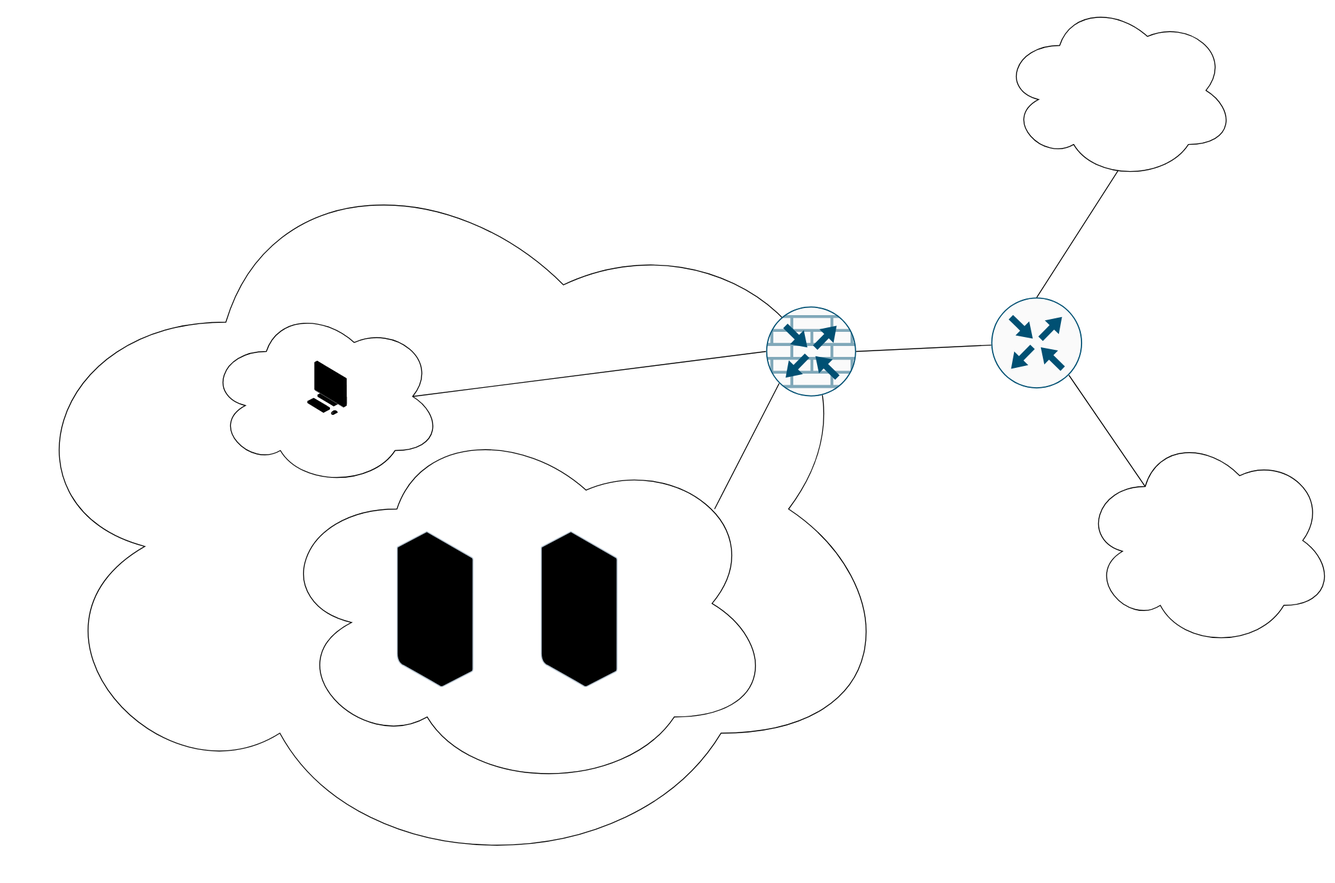
Before: carteReseau.drawio.svg, a diagram exported from draw.io (Tructruc/N7-S5-Mise-En-Place-Reseau-Entreprise). Source tidied: cells renumbered, new cells last; positions are measured from the earlier drawing's top-left corner, leaving out a move shared by most shapes.
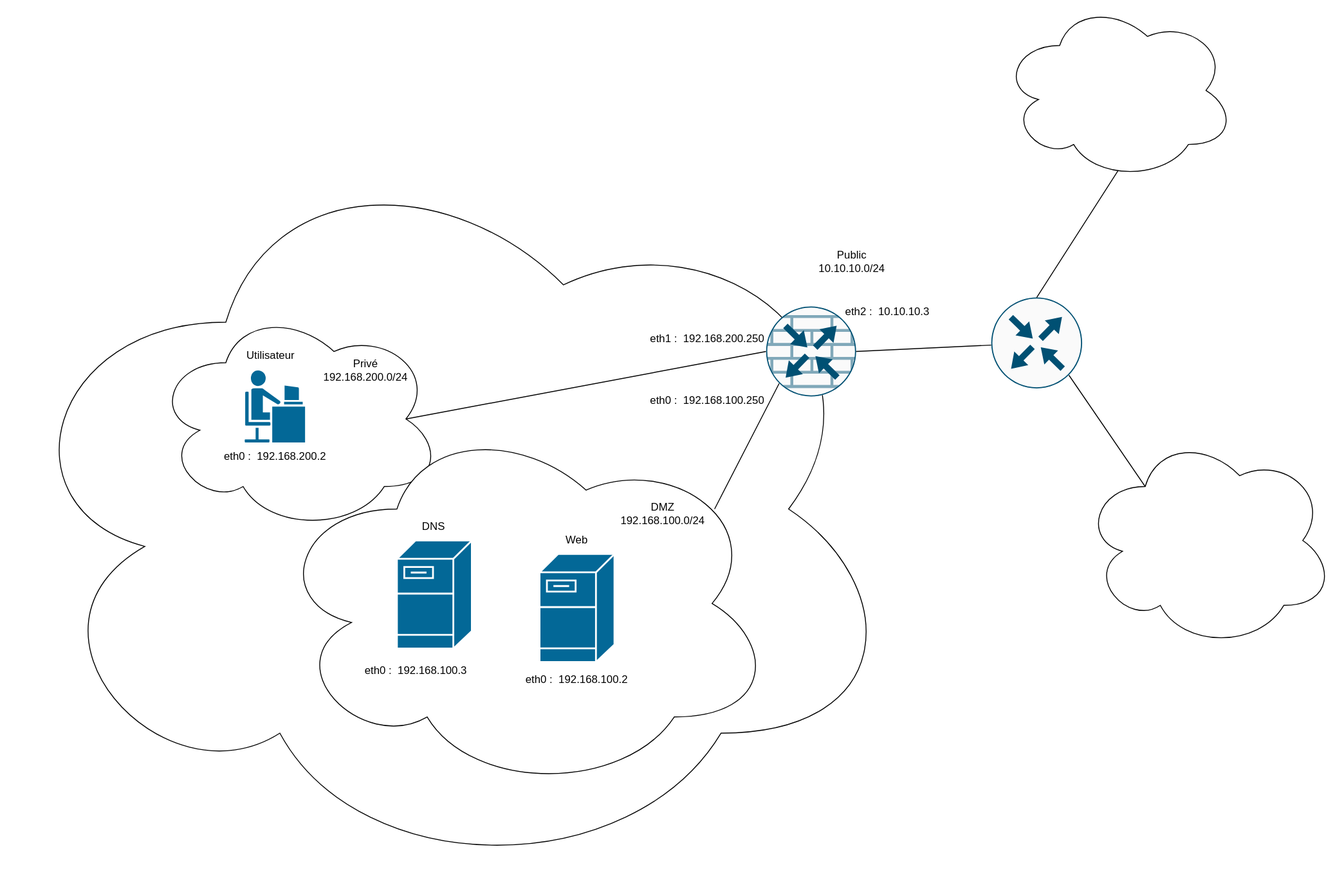
The same diagram one commit later.

The edit, as a diff of the source:
```diff
@@ -6,20 +6,11 @@
       <mxGeometry y="150" width="1000" height="830" as="geometry" />
     </mxCell>
     <mxCell id="3" style="ellipse;shape=cloud;whiteSpace=wrap;html=1;" parent="1" vertex="1">
-      <mxGeometry x="230" y="340" width="260" height="200" as="geometry" />
+      <mxGeometry x="170" y="340" width="320" height="250" as="geometry" />
     </mxCell>
-    <mxCell id="4" style="image;html=1;align=center;shadow=0;dashed=0;image=img/lib/allied_telesis/computer_and_terminals/Personal_Computer.svg;" parent="1" vertex="1">
-      <mxGeometry x="340" y="400" width="45.6" height="61.8" as="geometry" />
-    </mxCell>
     <mxCell id="5" style="ellipse;shape=cloud;whiteSpace=wrap;html=1;" parent="1" vertex="1">
       <mxGeometry x="300" y="460" width="560" height="420" as="geometry" />
     </mxCell>
-    <mxCell id="6" style="image;html=1;align=center;shadow=0;dashed=0;image=img/lib/allied_telesis/storage/Datacenter_Server_Rack_EoR.svg;" parent="1" vertex="1">
-      <mxGeometry x="440" y="590" width="85.8" height="173.4" as="geometry" />
-    </mxCell>
-    <mxCell id="7" style="image;html=1;align=center;shadow=0;dashed=0;image=img/lib/allied_telesis/storage/Datacenter_Server_Rack_EoR.svg;" parent="1" vertex="1">
-      <mxGeometry x="600" y="590" width="85.8" height="173.4" as="geometry" />
-    </mxCell>
     <mxCell id="8" style="endArrow=none;html=1;rounded=0;entryX=0;entryY=0.5;entryDx=0;entryDy=0;entryPerimeter=0;exitX=0.875;exitY=0.5;exitDx=0;exitDy=0;exitPerimeter=0;" parent="1" edge="1" source="3" target="10">
       <mxGeometry relative="1" as="geometry" />
     </mxCell>
@@ -47,5 +38,50 @@
     <mxCell id="16" style="endArrow=none;html=1;rounded=0;entryX=0.855;entryY=0.8555;entryDx=0;entryDy=0;entryPerimeter=0;exitX=0.25;exitY=0.25;exitDx=0;exitDy=0;exitPerimeter=0;" parent="1" edge="1" source="14" target="11">
       <mxGeometry relative="1" as="geometry" />
     </mxCell>
+    <mxCell id="17" style="shape=mxgraph.cisco.servers.fileserver;sketch=0;html=1;dashed=0;fillColor=#036897;strokeColor=#ffffff;strokeWidth=2;verticalLabelPosition=bottom;verticalAlign=top;align=center;" parent="1" vertex="1">
+      <mxGeometry x="440" y="600" width="83.2" height="120" as="geometry" />
+    </mxCell>
+    <mxCell id="18" style="shape=mxgraph.cisco.servers.fileserver;sketch=0;html=1;dashed=0;fillColor=#036897;strokeColor=#ffffff;strokeWidth=2;verticalLabelPosition=bottom;verticalAlign=top;align=center;" parent="1" vertex="1">
+      <mxGeometry x="598.4" y="615" width="83.2" height="120" as="geometry" />
+    </mxCell>
+    <mxCell id="19" style="shape=mxgraph.cisco.people.androgenous_person;sketch=0;html=1;dashed=0;fillColor=#036897;strokeColor=#ffffff;strokeWidth=2;verticalLabelPosition=bottom;verticalAlign=top;align=center;" parent="1" vertex="1">
+      <mxGeometry x="270" y="410" width="69" height="82" as="geometry" />
+    </mxCell>
+    <mxCell id="20" value="Utilisateur" style="text;html=1;strokeColor=none;fillColor=none;align=center;verticalAlign=middle;whiteSpace=wrap;rounded=0;" parent="1" vertex="1">
+      <mxGeometry x="270" y="380" width="60" height="30" as="geometry" />
+    </mxCell>
+    <mxCell id="21" value="eth0 :&amp;nbsp; 192.168.200.2" style="text;html=1;strokeColor=none;fillColor=none;align=center;verticalAlign=middle;whiteSpace=wrap;rounded=0;" parent="1" vertex="1">
+      <mxGeometry x="244.5" y="492" width="120" height="30" as="geometry" />
+    </mxCell>
+    <mxCell id="22" value="Privé&lt;br&gt;192.168.200.0/24" style="text;html=1;strokeColor=none;fillColor=none;align=center;verticalAlign=middle;whiteSpace=wrap;rounded=0;" parent="1" vertex="1">
+      <mxGeometry x="360" y="391" width="91" height="40" as="geometry" />
+    </mxCell>
+    <mxCell id="23" value="eth1 :&amp;nbsp; 192.168.200.250" style="text;html=1;strokeColor=none;fillColor=none;align=center;verticalAlign=middle;whiteSpace=wrap;rounded=0;" parent="1" vertex="1">
+      <mxGeometry x="720" y="361" width="130" height="30" as="geometry" />
+    </mxCell>
+    <mxCell id="24" value="eth0 :&amp;nbsp; 192.168.100.250" style="text;html=1;strokeColor=none;fillColor=none;align=center;verticalAlign=middle;whiteSpace=wrap;rounded=0;" parent="1" vertex="1">
+      <mxGeometry x="720" y="430" width="130" height="30" as="geometry" />
+    </mxCell>
+    <mxCell id="25" value="eth2 :&amp;nbsp; 10.10.10.3" style="text;html=1;strokeColor=none;fillColor=none;align=center;verticalAlign=middle;whiteSpace=wrap;rounded=0;" parent="1" vertex="1">
+      <mxGeometry x="920" y="331" width="130" height="30" as="geometry" />
+    </mxCell>
+    <mxCell id="26" value="DMZ&lt;br&gt;192.168.100.0/24" style="text;html=1;strokeColor=none;fillColor=none;align=center;verticalAlign=middle;whiteSpace=wrap;rounded=0;" parent="1" vertex="1">
+      <mxGeometry x="690" y="550" width="91" height="40" as="geometry" />
+    </mxCell>
+    <mxCell id="27" value="DNS" style="text;html=1;strokeColor=none;fillColor=none;align=center;verticalAlign=middle;whiteSpace=wrap;rounded=0;" parent="1" vertex="1">
+      <mxGeometry x="451" y="570" width="60" height="30" as="geometry" />
+    </mxCell>
+    <mxCell id="28" value="Web" style="text;html=1;strokeColor=none;fillColor=none;align=center;verticalAlign=middle;whiteSpace=wrap;rounded=0;" parent="1" vertex="1">
+      <mxGeometry x="610" y="585" width="60" height="30" as="geometry" />
+    </mxCell>
+    <mxCell id="29" value="eth0 :&amp;nbsp; 192.168.100.3&lt;span style=&quot;color: rgba(0, 0, 0, 0); font-family: monospace; font-size: 0px; text-align: start;&quot;&gt;%3CmxGraphModel%3E%3Croot%3E%3CmxCell%20id%3D%220%22%2F%3E%3CmxCell%20id%3D%221%22%20parent%3D%220%22%2F%3E%3CmxCell%20id%3D%222%22%20value%3D%22eth0%20%3A%26amp%3Bnbsp%3B%20192.168.200.2%22%20style%3D%22text%3Bhtml%3D1%3BstrokeColor%3Dnone%3BfillColor%3Dnone%3Balign%3Dcenter%3BverticalAlign%3Dmiddle%3BwhiteSpace%3Dwrap%3Brounded%3D0%3B%22%20vertex%3D%221%22%20parent%3D%221%22%3E%3CmxGeometry%20x%3D%22244.5%22%20y%3D%22702%22%20width%3D%22120%22%20height%3D%2230%22%20as%3D%22geometry%22%2F%3E%3C%2FmxCell%3E%3C%2Froot%3E%3C%2FmxGraphModel%3E&lt;/span&gt;" style="text;html=1;strokeColor=none;fillColor=none;align=center;verticalAlign=middle;whiteSpace=wrap;rounded=0;" parent="1" vertex="1">
+      <mxGeometry x="403.2" y="730" width="120" height="30" as="geometry" />
+    </mxCell>
+    <mxCell id="30" value="eth0 :&amp;nbsp; 192.168.100.2" style="text;html=1;strokeColor=none;fillColor=none;align=center;verticalAlign=middle;whiteSpace=wrap;rounded=0;" parent="1" vertex="1">
+      <mxGeometry x="580" y="740" width="120" height="30" as="geometry" />
+    </mxCell>
+    <mxCell id="31" value="Public&lt;br&gt;10.10.10.0/24" style="text;html=1;strokeColor=none;fillColor=none;align=center;verticalAlign=middle;whiteSpace=wrap;rounded=0;" parent="1" vertex="1">
+      <mxGeometry x="900" y="270" width="91" height="40" as="geometry" />
+    </mxCell>
   </root>
 </mxGraphModel>
```
